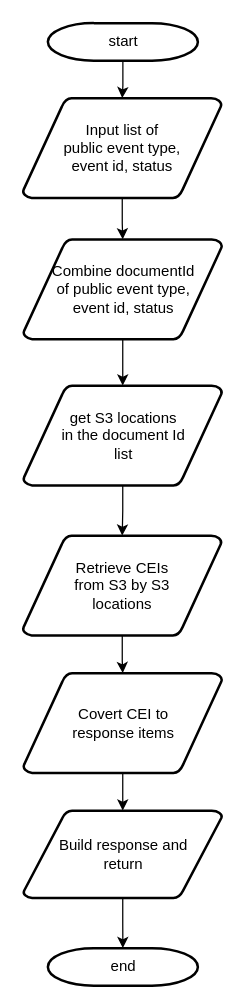
Earlier version of the draw.io diagram GetFeeTransactionDetails.drawio (wang2gua/test). Source tidied: cells renumbered, new cells numbered last; positions are measured from the earlier drawing's top-left corner, leaving out a move shared by most shapes. Both pictures are drawn from the tidied source at 125%, with x=0, y=0 at pixel (22, 22).
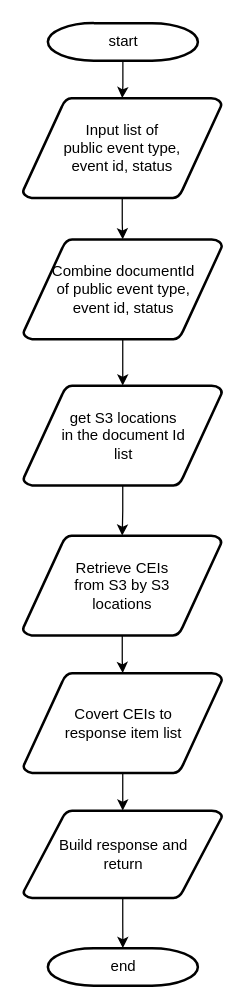
After the change.

Change to the diagram source:
```diff
@@
 <mxGraphModel>
   <root>
     <mxCell id="0" />
     <mxCell id="1" parent="0" />
     <mxCell id="2" style="edgeStyle=orthogonalEdgeStyle;rounded=0;jettySize=auto;html=1;" parent="1" edge="1" source="3" target="5">
       <mxGeometry relative="1" as="geometry" />
     </mxCell>
     <mxCell id="3" value="start" style="shape=mxgraph.flowchart.terminator;strokeWidth=2;gradientColor=none;gradientDirection=north;fontStyle=0;html=1;" parent="1" vertex="1">
       <mxGeometry x="19.8" width="120" height="30" as="geometry" />
     </mxCell>
     <mxCell id="4" style="edgeStyle=orthogonalEdgeStyle;rounded=0;jettySize=auto;html=1;entryX=0.5;entryY=0;entryDx=0;entryDy=0;entryPerimeter=0;" parent="1" edge="1" source="5" target="8">
       <mxGeometry relative="1" as="geometry" />
     </mxCell>
     <mxCell id="5" value="Input list of &lt;br&gt;public event type, &lt;br&gt;event id, status" style="shape=mxgraph.flowchart.data;strokeWidth=2;gradientColor=none;gradientDirection=north;fontStyle=0;html=1;" parent="1" vertex="1">
       <mxGeometry x="-0.2" y="60" width="159" height="80" as="geometry" />
     </mxCell>
     <mxCell id="6" value="end" style="shape=mxgraph.flowchart.terminator;strokeWidth=2;gradientColor=none;gradientDirection=north;fontStyle=0;html=1;" parent="1" vertex="1">
       <mxGeometry x="19.8" y="740" width="120" height="30" as="geometry" />
     </mxCell>
     <mxCell id="7" style="edgeStyle=orthogonalEdgeStyle;rounded=0;jettySize=auto;html=1;" parent="1" edge="1" source="8" target="10">
       <mxGeometry relative="1" as="geometry" />
     </mxCell>
     <mxCell id="8" value="Combine documentId&lt;br&gt;of public event type, &lt;br&gt;event id, status" style="shape=mxgraph.flowchart.data;strokeWidth=2;gradientColor=none;gradientDirection=north;fontStyle=0;html=1;" parent="1" vertex="1">
       <mxGeometry x="0.2" y="173" width="159" height="80" as="geometry" />
     </mxCell>
     <mxCell id="9" style="edgeStyle=orthogonalEdgeStyle;rounded=0;jettySize=auto;html=1;" parent="1" edge="1" source="10" target="12">
       <mxGeometry relative="1" as="geometry" />
     </mxCell>
     <mxCell id="10" value="get S3 locations &lt;br&gt;in the document Id&lt;br&gt;list&lt;br&gt;" style="shape=mxgraph.flowchart.data;strokeWidth=2;gradientColor=none;gradientDirection=north;fontStyle=0;html=1;" parent="1" vertex="1">
       <mxGeometry x="0.2" y="290" width="159" height="80" as="geometry" />
     </mxCell>
     <mxCell id="11" style="edgeStyle=orthogonalEdgeStyle;rounded=0;jettySize=auto;html=1;" parent="1" edge="1" source="12" target="14">
       <mxGeometry relative="1" as="geometry" />
     </mxCell>
     <mxCell id="12" value="Retrieve CEIs &lt;br&gt;from S3 by S3 &lt;br&gt;locations" style="shape=mxgraph.flowchart.data;strokeWidth=2;gradientColor=none;gradientDirection=north;fontStyle=0;html=1;" parent="1" vertex="1">
       <mxGeometry x="-0.2" y="410" width="159" height="80" as="geometry" />
     </mxCell>
     <mxCell id="13" style="edgeStyle=orthogonalEdgeStyle;rounded=0;jettySize=auto;html=1;" parent="1" edge="1" source="14" target="16">
       <mxGeometry relative="1" as="geometry" />
     </mxCell>
-    <mxCell id="14" value="Covert CEI to &lt;br&gt;response items&lt;br&gt;" style="shape=mxgraph.flowchart.data;strokeWidth=2;gradientColor=none;gradientDirection=north;fontStyle=0;html=1;" parent="1" vertex="1">
+    <mxCell id="14" value="Covert CEIs to &lt;br&gt;response item list" style="shape=mxgraph.flowchart.data;strokeWidth=2;gradientColor=none;gradientDirection=north;fontStyle=0;html=1;" parent="1" vertex="1">
       <mxGeometry x="0.2" y="520" width="159" height="80" as="geometry" />
     </mxCell>
     <mxCell id="15" style="edgeStyle=orthogonalEdgeStyle;rounded=0;jettySize=auto;html=1;entryX=0.5;entryY=0;entryDx=0;entryDy=0;entryPerimeter=0;" parent="1" edge="1" source="16" target="6">
       <mxGeometry relative="1" as="geometry" />
     </mxCell>
     <mxCell id="16" value="Build response and &lt;br&gt;return" style="shape=mxgraph.flowchart.data;strokeWidth=2;gradientColor=none;gradientDirection=north;fontStyle=0;html=1;" parent="1" vertex="1">
       <mxGeometry x="0.2" y="630" width="159" height="70" as="geometry" />
     </mxCell>
   </root>
 </mxGraphModel>
```
